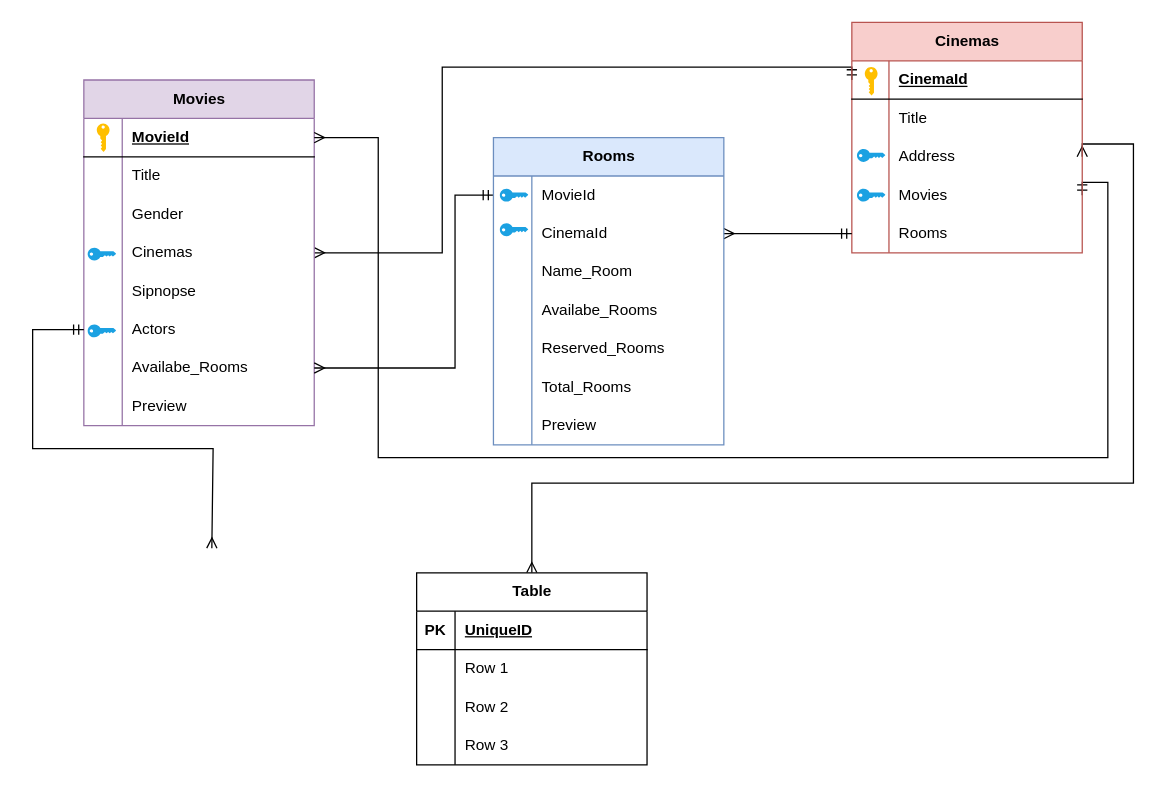
Before: Diagrama ER.drawio in HugoAndreL/API_Cinema, a draw.io diagram. Source tidied: cells renumbered, new cells numbered last; positions are measured from the earlier drawing's top-left corner, leaving out a move shared by most shapes. Both pictures are drawn from the tidied source at 128%, with x=0, y=0 at pixel (32, 22).
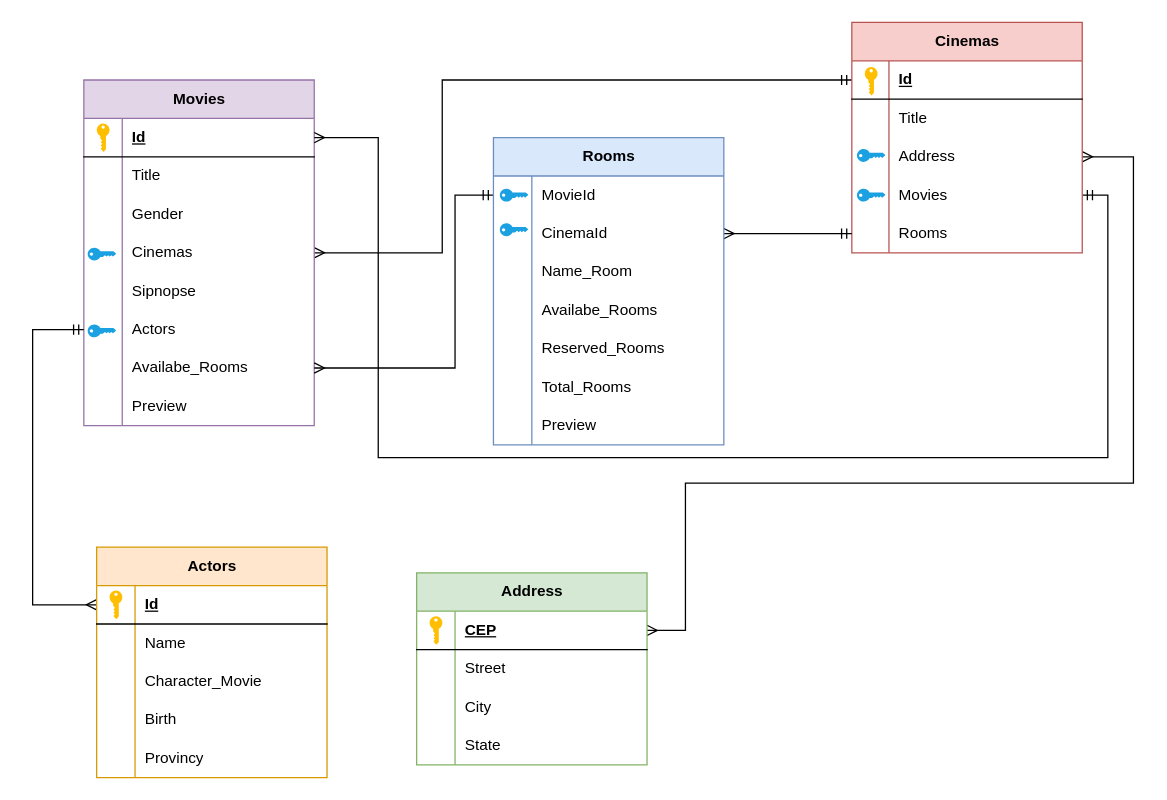
The same diagram, later.

The change refers to these unchanged cells:
```xml
<mxCell id="4" style="shape=tableRow;horizontal=0;startSize=0;swimlaneHead=0;swimlaneBody=0;fillColor=none;points=[[0,0.5],[1,0.5]];portConstraint=eastwest;top=0;left=0;right=0;bottom=1;" parent="3" vertex="1">
  <mxGeometry y="30" width="180" height="30" as="geometry" />
</mxCell>
<mxCell id="13" style="shape=tableRow;horizontal=0;startSize=0;swimlaneHead=0;swimlaneBody=0;fillColor=none;points=[[0,0.5],[1,0.5]];portConstraint=eastwest;top=0;left=0;right=0;bottom=0;" parent="3" vertex="1">
  <mxGeometry y="120" width="180" height="30" as="geometry" />
</mxCell>
<mxCell id="19" style="shape=tableRow;horizontal=0;startSize=0;swimlaneHead=0;swimlaneBody=0;fillColor=none;points=[[0,0.5],[1,0.5]];portConstraint=eastwest;top=0;left=0;right=0;bottom=0;" parent="3" vertex="1">
  <mxGeometry y="180" width="180" height="30" as="geometry" />
</mxCell>
<mxCell id="50" style="shape=tableRow;horizontal=0;startSize=0;swimlaneHead=0;swimlaneBody=0;fillColor=none;points=[[0,0.5],[1,0.5]];portConstraint=eastwest;top=0;left=0;right=0;bottom=1;" parent="49" vertex="1">
  <mxGeometry y="30" width="180" height="30" as="geometry" />
</mxCell>
<mxCell id="56" style="shape=tableRow;horizontal=0;startSize=0;swimlaneHead=0;swimlaneBody=0;fillColor=none;points=[[0,0.5],[1,0.5]];portConstraint=eastwest;top=0;left=0;right=0;bottom=0;" parent="49" vertex="1">
  <mxGeometry y="90" width="180" height="30" as="geometry" />
</mxCell>
<mxCell id="59" style="shape=tableRow;horizontal=0;startSize=0;swimlaneHead=0;swimlaneBody=0;fillColor=none;points=[[0,0.5],[1,0.5]];portConstraint=eastwest;top=0;left=0;right=0;bottom=0;" parent="49" vertex="1">
  <mxGeometry y="120" width="180" height="30" as="geometry" />
</mxCell>
```

Change to the diagram source:
```diff
@@
-    <mxCell id="2" style="edgeStyle=orthogonalEdgeStyle;html=1;endArrow=ERmandOne;endFill=0;startArrow=ERmany;startFill=0;exitX=1;exitY=0.5;exitDx=0;exitDy=0;entryX=0;entryY=0.5;entryDx=0;entryDy=0;rounded=0;curved=0;" parent="1" edge="1" source="13" target="50">
+    <mxCell id="2" style="edgeStyle=orthogonalEdgeStyle;html=1;endArrow=ERmandOne;endFill=0;startArrow=ERmany;startFill=0;exitX=1;exitY=0.5;exitDx=0;exitDy=0;rounded=0;curved=0;entryX=0;entryY=0.5;entryDx=0;entryDy=0;" parent="1" edge="1" source="13" target="50">
       <mxGeometry relative="1" as="geometry">
         <Array as="points">
           <mxPoint x="320" y="180" />
-          <mxPoint x="320" y="35" />
+          <mxPoint x="320" y="45" />
         </Array>
       </mxGeometry>
     </mxCell>
@@
-    <mxCell id="6" value="MovieId" style="shape=partialRectangle;fillColor=none;top=0;left=0;bottom=0;right=0;align=left;spacingLeft=6;fontStyle=5;overflow=hidden;whiteSpace=wrap;html=1;" parent="4" vertex="1">
+    <mxCell id="6" value="Id" style="shape=partialRectangle;fillColor=none;top=0;left=0;bottom=0;right=0;align=left;spacingLeft=6;fontStyle=5;overflow=hidden;whiteSpace=wrap;html=1;" parent="4" vertex="1">
       <mxGeometry x="30" width="150" height="30" as="geometry" />
     </mxCell>
@@
-    <mxCell id="32" style="edgeStyle=orthogonalEdgeStyle;html=1;exitX=1;exitY=0.5;exitDx=0;exitDy=0;rounded=0;curved=0;strokeColor=default;startArrow=ERmany;startFill=0;endArrow=ERmany;endFill=0;entryX=0.5;entryY=0;entryDx=0;entryDy=0;" parent="1" edge="1" source="56" target="34">
+    <mxCell id="32" style="edgeStyle=orthogonalEdgeStyle;html=1;exitX=1;exitY=0.5;exitDx=0;exitDy=0;rounded=0;curved=0;strokeColor=default;startArrow=ERmany;startFill=0;endArrow=ERmany;endFill=0;entryX=1;entryY=0.5;entryDx=0;entryDy=0;" parent="1" edge="1" source="56" target="35">
       <mxGeometry relative="1" as="geometry">
         <Array as="points">
-          <mxPoint x="860" y="95" />
+          <mxPoint x="860" y="105" />
           <mxPoint x="860" y="360" />
-          <mxPoint x="390" y="360" />
+          <mxPoint x="510" y="360" />
+          <mxPoint x="510" y="475" />
         </Array>
       </mxGeometry>
     </mxCell>
-    <mxCell id="33" style="edgeStyle=orthogonalEdgeStyle;html=1;rounded=0;curved=0;startArrow=ERmandOne;startFill=0;endArrow=ERmany;endFill=0;exitX=0;exitY=0.5;exitDx=0;exitDy=0;" parent="1" edge="1" source="19">
+    <mxCell id="33" style="edgeStyle=orthogonalEdgeStyle;html=1;rounded=0;curved=0;startArrow=ERmandOne;startFill=0;endArrow=ERmany;endFill=0;exitX=0;exitY=0.5;exitDx=0;exitDy=0;entryX=0;entryY=0.5;entryDx=0;entryDy=0;" parent="1" edge="1" source="19" target="99">
       <mxGeometry relative="1" as="geometry">
-        <mxPoint x="140" y="410.8" as="targetPoint" />
         <Array as="points">
           <mxPoint y="240" />
-          <mxPoint y="333" />
-          <mxPoint x="141" y="333" />
+          <mxPoint y="455" />
         </Array>
       </mxGeometry>
     </mxCell>
-    <mxCell id="34" value="Table" style="shape=table;startSize=30;childLayout=tableLayout;rowLines=0;fontStyle=1;align=center;html=1;" parent="1" vertex="1">
-      <mxGeometry x="300" y="430" width="180" height="150" as="geometry" />
-    </mxCell>
-    <mxCell id="35" style="shape=tableRow;horizontal=0;startSize=0;swimlaneHead=0;swimlaneBody=0;fillColor=none;points=[[0,0.5],[1,0.5]];portConstraint=eastwest;top=0;left=0;right=0;bottom=1;" parent="34" vertex="1">
-      <mxGeometry y="30" width="180" height="30" as="geometry" />
-    </mxCell>
-    <mxCell id="36" value="PK" style="shape=partialRectangle;fillColor=none;top=0;left=0;bottom=0;right=0;fontStyle=1;overflow=hidden;whiteSpace=wrap;html=1;" parent="35" vertex="1">
-      <mxGeometry width="30" height="30" as="geometry" />
-    </mxCell>
-    <mxCell id="37" value="UniqueID" style="shape=partialRectangle;fillColor=none;top=0;left=0;bottom=0;right=0;align=left;spacingLeft=6;fontStyle=5;overflow=hidden;whiteSpace=wrap;html=1;" parent="35" vertex="1">
-      <mxGeometry x="30" width="150" height="30" as="geometry" />
-    </mxCell>
-    <mxCell id="38" style="shape=tableRow;horizontal=0;startSize=0;swimlaneHead=0;swimlaneBody=0;fillColor=none;top=0;left=0;right=0;bottom=0;" parent="34" vertex="1">
-      <mxGeometry y="60" width="180" height="30" as="geometry" />
-    </mxCell>
-    <mxCell id="39" style="shape=partialRectangle;fillColor=none;top=0;left=0;bottom=0;right=0;overflow=hidden;whiteSpace=wrap;html=1;" parent="38" vertex="1">
-      <mxGeometry width="30" height="30" as="geometry" />
-    </mxCell>
-    <mxCell id="40" value="Row 1" style="shape=partialRectangle;fillColor=none;top=0;left=0;bottom=0;right=0;align=left;spacingLeft=6;overflow=hidden;whiteSpace=wrap;html=1;" parent="38" vertex="1">
-      <mxGeometry x="30" width="150" height="30" as="geometry" />
-    </mxCell>
-    <mxCell id="41" style="shape=tableRow;horizontal=0;startSize=0;swimlaneHead=0;swimlaneBody=0;fillColor=none;top=0;left=0;right=0;bottom=0;" parent="34" vertex="1">
-      <mxGeometry y="90" width="180" height="30" as="geometry" />
-    </mxCell>
-    <mxCell id="42" style="shape=partialRectangle;fillColor=none;top=0;left=0;bottom=0;right=0;overflow=hidden;whiteSpace=wrap;html=1;" parent="41" vertex="1">
-      <mxGeometry width="30" height="30" as="geometry" />
-    </mxCell>
-    <mxCell id="43" value="Row 2" style="shape=partialRectangle;fillColor=none;top=0;left=0;bottom=0;right=0;align=left;spacingLeft=6;overflow=hidden;whiteSpace=wrap;html=1;" parent="41" vertex="1">
-      <mxGeometry x="30" width="150" height="30" as="geometry" />
-    </mxCell>
-    <mxCell id="44" style="shape=tableRow;horizontal=0;startSize=0;swimlaneHead=0;swimlaneBody=0;fillColor=none;top=0;left=0;right=0;bottom=0;" parent="34" vertex="1">
-      <mxGeometry y="120" width="180" height="30" as="geometry" />
-    </mxCell>
-    <mxCell id="45" style="shape=partialRectangle;fillColor=none;top=0;left=0;bottom=0;right=0;overflow=hidden;whiteSpace=wrap;html=1;" parent="44" vertex="1">
-      <mxGeometry width="30" height="30" as="geometry" />
-    </mxCell>
-    <mxCell id="46" value="Row 3" style="shape=partialRectangle;fillColor=none;top=0;left=0;bottom=0;right=0;align=left;spacingLeft=6;overflow=hidden;whiteSpace=wrap;html=1;" parent="44" vertex="1">
-      <mxGeometry x="30" width="150" height="30" as="geometry" />
-    </mxCell>
     <mxCell id="47" style="edgeStyle=orthogonalEdgeStyle;html=1;exitX=1;exitY=0.5;exitDx=0;exitDy=0;entryX=1;entryY=0.5;entryDx=0;entryDy=0;rounded=0;curved=0;endArrow=ERmany;endFill=0;startArrow=ERmandOne;startFill=0;" parent="1" edge="1" source="59" target="4">
       <mxGeometry relative="1" as="geometry">
         <Array as="points">
-          <mxPoint x="840" y="125" />
+          <mxPoint x="840" y="135" />
           <mxPoint x="840" y="340" />
           <mxPoint x="270" y="340" />
           <mxPoint x="270" y="90" />
         </Array>
       </mxGeometry>
     </mxCell>
@@
-    <mxCell id="52" value="CinemaId" style="shape=partialRectangle;fillColor=none;top=0;left=0;bottom=0;right=0;align=left;spacingLeft=6;fontStyle=5;overflow=hidden;whiteSpace=wrap;html=1;" parent="50" vertex="1">
+    <mxCell id="52" value="Id" style="shape=partialRectangle;fillColor=none;top=0;left=0;bottom=0;right=0;align=left;spacingLeft=6;fontStyle=5;overflow=hidden;whiteSpace=wrap;html=1;" parent="50" vertex="1">
       <mxGeometry x="29" width="151" height="30" as="geometry" />
     </mxCell>
@@
+    <mxCell id="95" style="group;" parent="1" vertex="1">
+      <mxGeometry x="300" y="430" width="180" height="150" as="geometry" />
+    </mxCell>
+    <mxCell id="34" value="Address" style="shape=table;startSize=30;childLayout=tableLayout;rowLines=0;fontStyle=1;align=center;html=1;fillColor=#d5e8d4;strokeColor=#82b366;" parent="95" vertex="1">
+      <mxGeometry width="180" height="150" as="geometry" />
+    </mxCell>
+    <mxCell id="35" style="shape=tableRow;horizontal=0;startSize=0;swimlaneHead=0;swimlaneBody=0;fillColor=none;points=[[0,0.5],[1,0.5]];portConstraint=eastwest;top=0;left=0;right=0;bottom=1;" parent="34" vertex="1">
+      <mxGeometry y="30" width="180" height="30" as="geometry" />
+    </mxCell>
+    <mxCell id="36" style="shape=partialRectangle;fillColor=none;top=0;left=0;bottom=0;right=0;fontStyle=1;overflow=hidden;whiteSpace=wrap;html=1;" parent="35" vertex="1">
+      <mxGeometry width="30" height="30" as="geometry" />
+    </mxCell>
+    <mxCell id="37" value="CEP" style="shape=partialRectangle;fillColor=none;top=0;left=0;bottom=0;right=0;align=left;spacingLeft=6;fontStyle=5;overflow=hidden;whiteSpace=wrap;html=1;" parent="35" vertex="1">
+      <mxGeometry x="30" width="150" height="30" as="geometry" />
+    </mxCell>
+    <mxCell id="38" style="shape=tableRow;horizontal=0;startSize=0;swimlaneHead=0;swimlaneBody=0;fillColor=none;top=0;left=0;right=0;bottom=0;" parent="34" vertex="1">
+      <mxGeometry y="60" width="180" height="30" as="geometry" />
+    </mxCell>
+    <mxCell id="39" style="shape=partialRectangle;fillColor=none;top=0;left=0;bottom=0;right=0;overflow=hidden;whiteSpace=wrap;html=1;" parent="38" vertex="1">
+      <mxGeometry width="30" height="30" as="geometry" />
+    </mxCell>
+    <mxCell id="40" value="Street" style="shape=partialRectangle;fillColor=none;top=0;left=0;bottom=0;right=0;align=left;spacingLeft=6;overflow=hidden;whiteSpace=wrap;html=1;" parent="38" vertex="1">
+      <mxGeometry x="30" width="150" height="30" as="geometry" />
+    </mxCell>
+    <mxCell id="41" style="shape=tableRow;horizontal=0;startSize=0;swimlaneHead=0;swimlaneBody=0;fillColor=none;top=0;left=0;right=0;bottom=0;" parent="34" vertex="1">
+      <mxGeometry y="90" width="180" height="30" as="geometry" />
+    </mxCell>
+    <mxCell id="42" style="shape=partialRectangle;fillColor=none;top=0;left=0;bottom=0;right=0;overflow=hidden;whiteSpace=wrap;html=1;" parent="41" vertex="1">
+      <mxGeometry width="30" height="30" as="geometry" />
+    </mxCell>
+    <mxCell id="43" value="City" style="shape=partialRectangle;fillColor=none;top=0;left=0;bottom=0;right=0;align=left;spacingLeft=6;overflow=hidden;whiteSpace=wrap;html=1;" parent="41" vertex="1">
+      <mxGeometry x="30" width="150" height="30" as="geometry" />
+    </mxCell>
+    <mxCell id="44" style="shape=tableRow;horizontal=0;startSize=0;swimlaneHead=0;swimlaneBody=0;fillColor=none;top=0;left=0;right=0;bottom=0;" parent="34" vertex="1">
+      <mxGeometry y="120" width="180" height="30" as="geometry" />
+    </mxCell>
+    <mxCell id="45" style="shape=partialRectangle;fillColor=none;top=0;left=0;bottom=0;right=0;overflow=hidden;whiteSpace=wrap;html=1;" parent="44" vertex="1">
+      <mxGeometry width="30" height="30" as="geometry" />
+    </mxCell>
+    <mxCell id="46" value="State" style="shape=partialRectangle;fillColor=none;top=0;left=0;bottom=0;right=0;align=left;spacingLeft=6;overflow=hidden;whiteSpace=wrap;html=1;" parent="44" vertex="1">
+      <mxGeometry x="30" width="150" height="30" as="geometry" />
+    </mxCell>
+    <mxCell id="96" style="verticalLabelPosition=bottom;sketch=0;html=1;verticalAlign=top;align=center;shape=mxgraph.cisco19.key;fillColor=light-dark(#FFBF00,#FFBF00);strokeColor=#d6b656;rotation=90;fillStyle=auto;" parent="95" vertex="1">
+      <mxGeometry x="4" y="40" width="22.2" height="10" as="geometry" />
+    </mxCell>
+    <mxCell id="97" style="group;" parent="1" vertex="1">
+      <mxGeometry x="50" y="410" width="180" height="150" as="geometry" />
+    </mxCell>
+    <mxCell id="98" value="Actors" style="shape=table;startSize=30;childLayout=tableLayout;rowLines=0;fontStyle=1;align=center;html=1;fillColor=#ffe6cc;strokeColor=#d79b00;" parent="97" vertex="1">
+      <mxGeometry width="180" height="180" as="geometry" />
+    </mxCell>
+    <mxCell id="99" style="shape=tableRow;horizontal=0;startSize=0;swimlaneHead=0;swimlaneBody=0;fillColor=none;points=[[0,0.5],[1,0.5]];portConstraint=eastwest;top=0;left=0;right=0;bottom=1;" parent="98" vertex="1">
+      <mxGeometry y="30" width="180" height="30" as="geometry" />
+    </mxCell>
+    <mxCell id="100" style="shape=partialRectangle;fillColor=none;top=0;left=0;bottom=0;right=0;fontStyle=1;overflow=hidden;whiteSpace=wrap;html=1;" parent="99" vertex="1">
+      <mxGeometry width="30" height="30" as="geometry" />
+    </mxCell>
+    <mxCell id="101" value="Id" style="shape=partialRectangle;fillColor=none;top=0;left=0;bottom=0;right=0;align=left;spacingLeft=6;fontStyle=5;overflow=hidden;whiteSpace=wrap;html=1;" parent="99" vertex="1">
+      <mxGeometry x="30" width="150" height="30" as="geometry" />
+    </mxCell>
+    <mxCell id="102" style="shape=tableRow;horizontal=0;startSize=0;swimlaneHead=0;swimlaneBody=0;fillColor=none;top=0;left=0;right=0;bottom=0;" parent="98" vertex="1">
+      <mxGeometry y="60" width="180" height="30" as="geometry" />
+    </mxCell>
+    <mxCell id="103" style="shape=partialRectangle;fillColor=none;top=0;left=0;bottom=0;right=0;overflow=hidden;whiteSpace=wrap;html=1;" parent="102" vertex="1">
+      <mxGeometry width="30" height="30" as="geometry" />
+    </mxCell>
+    <mxCell id="104" value="Name" style="shape=partialRectangle;fillColor=none;top=0;left=0;bottom=0;right=0;align=left;spacingLeft=6;overflow=hidden;whiteSpace=wrap;html=1;" parent="102" vertex="1">
+      <mxGeometry x="30" width="150" height="30" as="geometry" />
+    </mxCell>
+    <mxCell id="105" style="shape=tableRow;horizontal=0;startSize=0;swimlaneHead=0;swimlaneBody=0;fillColor=none;top=0;left=0;right=0;bottom=0;" parent="98" vertex="1">
+      <mxGeometry y="90" width="180" height="30" as="geometry" />
+    </mxCell>
+    <mxCell id="106" style="shape=partialRectangle;fillColor=none;top=0;left=0;bottom=0;right=0;overflow=hidden;whiteSpace=wrap;html=1;" parent="105" vertex="1">
+      <mxGeometry width="30" height="30" as="geometry" />
+    </mxCell>
+    <mxCell id="107" value="Character_Movie" style="shape=partialRectangle;fillColor=none;top=0;left=0;bottom=0;right=0;align=left;spacingLeft=6;overflow=hidden;whiteSpace=wrap;html=1;" parent="105" vertex="1">
+      <mxGeometry x="30" width="150" height="30" as="geometry" />
+    </mxCell>
+    <mxCell id="108" style="shape=tableRow;horizontal=0;startSize=0;swimlaneHead=0;swimlaneBody=0;fillColor=none;top=0;left=0;right=0;bottom=0;" parent="98" vertex="1">
+      <mxGeometry y="120" width="180" height="30" as="geometry" />
+    </mxCell>
+    <mxCell id="109" style="shape=partialRectangle;fillColor=none;top=0;left=0;bottom=0;right=0;overflow=hidden;whiteSpace=wrap;html=1;" parent="108" vertex="1">
+      <mxGeometry width="30" height="30" as="geometry" />
+    </mxCell>
+    <mxCell id="110" value="Birth" style="shape=partialRectangle;fillColor=none;top=0;left=0;bottom=0;right=0;align=left;spacingLeft=6;overflow=hidden;whiteSpace=wrap;html=1;" parent="108" vertex="1">
+      <mxGeometry x="30" width="150" height="30" as="geometry" />
+    </mxCell>
+    <mxCell id="111" style="shape=tableRow;horizontal=0;startSize=0;swimlaneHead=0;swimlaneBody=0;fillColor=none;top=0;left=0;right=0;bottom=0;" parent="98" vertex="1">
+      <mxGeometry y="150" width="180" height="30" as="geometry" />
+    </mxCell>
+    <mxCell id="112" style="shape=partialRectangle;fillColor=none;top=0;left=0;bottom=0;right=0;overflow=hidden;whiteSpace=wrap;html=1;" parent="111" vertex="1">
+      <mxGeometry width="30" height="30" as="geometry" />
+    </mxCell>
+    <mxCell id="113" value="Provincy" style="shape=partialRectangle;fillColor=none;top=0;left=0;bottom=0;right=0;align=left;spacingLeft=6;overflow=hidden;whiteSpace=wrap;html=1;" parent="111" vertex="1">
+      <mxGeometry x="30" width="150" height="30" as="geometry" />
+    </mxCell>
+    <mxCell id="114" style="verticalLabelPosition=bottom;sketch=0;html=1;verticalAlign=top;align=center;shape=mxgraph.cisco19.key;fillColor=light-dark(#FFBF00,#FFBF00);strokeColor=#d6b656;rotation=90;fillStyle=auto;" parent="97" vertex="1">
+      <mxGeometry x="4" y="40" width="22.2" height="10" as="geometry" />
+    </mxCell>
```
